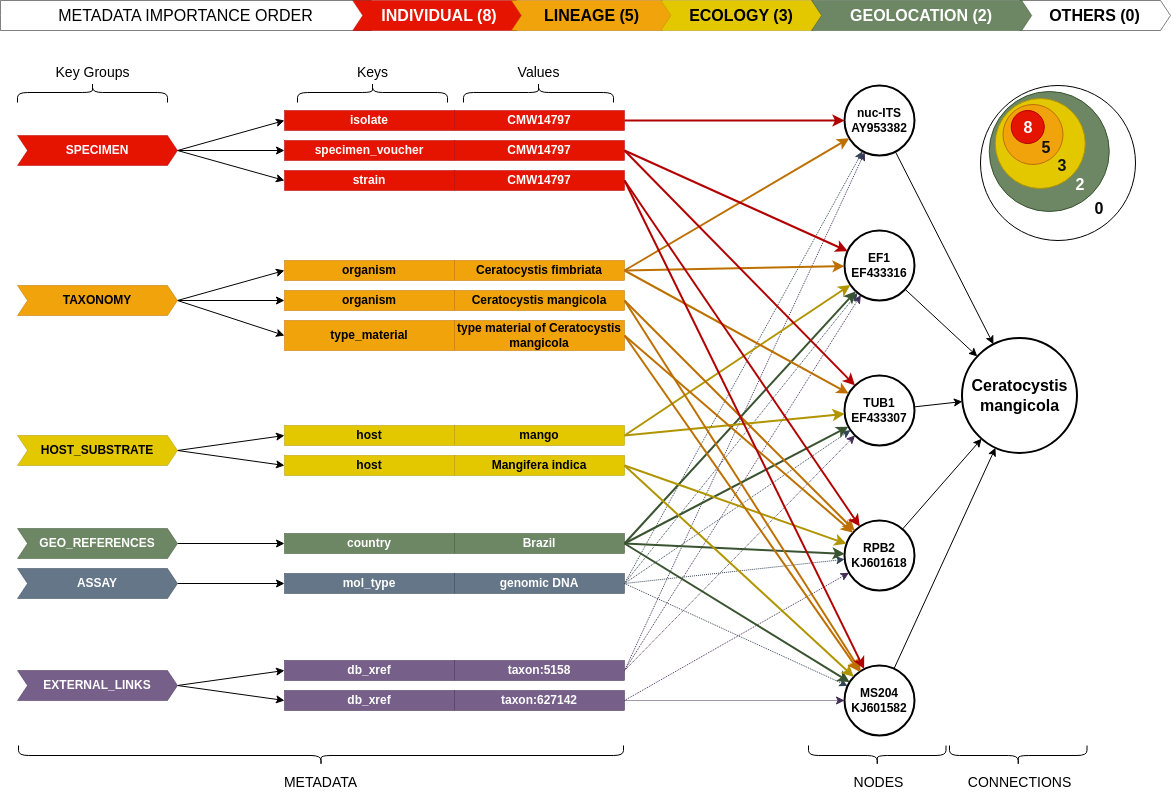
This is docs/drawio/connection-information-diagram-Cermangicola-color.png from LepistaBioinformatics/gene-connector-cli, a draw.io export, as it was before one commit. Source tidied: cells renumbered, new cells last; positions are measured from the earlier drawing's top-left corner, leaving out a move shared by most shapes.
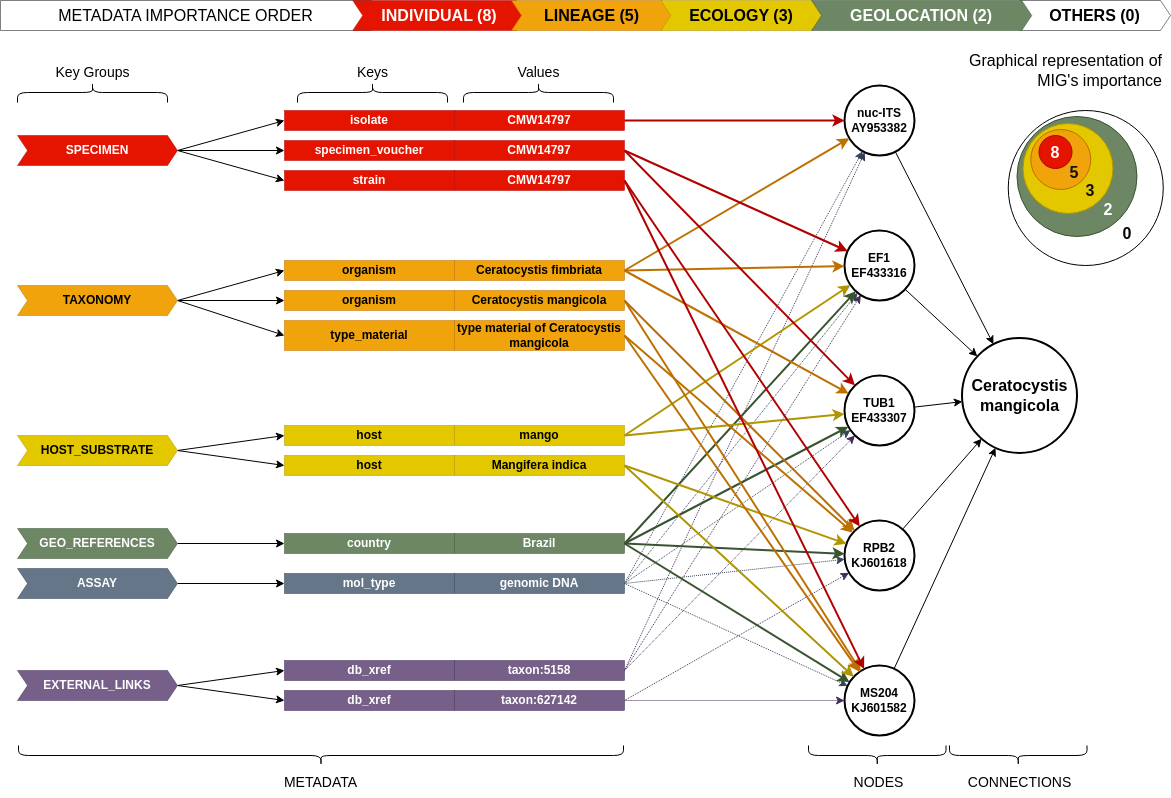
Later version of the same file.

Commit message:
docs: upgrade gcon flow figure to include information importante and gene counts table into the gcon-input-gophy file

Diff of the diagram source:
```diff
@@ -308,35 +308,41 @@
     <mxCell id="103" value="&lt;font style=&quot;font-size: 16px;&quot;&gt;GEOLOCATION (2)&lt;/font&gt;" style="shape=step;perimeter=stepPerimeter;whiteSpace=wrap;html=1;fixedSize=1;size=10;strokeWidth=0.5;fillStyle=solid;fillColor=#6d8764;fontColor=#ffffff;fontStyle=1;strokeColor=#3A5431;" parent="97" vertex="1">
       <mxGeometry x="811.1" width="220.2" height="30" as="geometry" />
     </mxCell>
+    <mxCell id="114" value="Graphical representation of MIG's importance" style="text;html=1;align=right;verticalAlign=middle;whiteSpace=wrap;rounded=0;fontSize=16;" parent="1" vertex="1">
+      <mxGeometry x="940" y="55" width="223.5" height="30" as="geometry" />
+    </mxCell>
+    <mxCell id="115" style="group;" parent="1" vertex="1">
+      <mxGeometry x="1007.8" y="110" width="155" height="155" as="geometry" />
+    </mxCell>
-    <mxCell id="104" style="ellipse;whiteSpace=wrap;html=1;fillColor=#FFFFFF;" parent="1" vertex="1">
-      <mxGeometry x="980" y="85" width="155" height="155" as="geometry" />
+    <mxCell id="104" style="ellipse;whiteSpace=wrap;html=1;fillColor=#FFFFFF;" parent="115" vertex="1">
+      <mxGeometry width="155" height="155" as="geometry" />
     </mxCell>
-    <mxCell id="105" style="ellipse;whiteSpace=wrap;html=1;fillColor=#6d8764;fontColor=#ffffff;strokeColor=#3A5431;" parent="1" vertex="1">
-      <mxGeometry x="988.8" y="91" width="120" height="120" as="geometry" />
+    <mxCell id="105" style="ellipse;whiteSpace=wrap;html=1;fillColor=#6d8764;fontColor=#ffffff;strokeColor=#3A5431;" parent="115" vertex="1">
+      <mxGeometry x="8.8" y="6" width="120" height="120" as="geometry" />
     </mxCell>
-    <mxCell id="106" style="ellipse;whiteSpace=wrap;html=1;fillColor=#e3c800;fontColor=#000000;strokeColor=#B09500;" parent="1" vertex="1">
-      <mxGeometry x="994.8" y="98" width="90" height="90" as="geometry" />
+    <mxCell id="106" style="ellipse;whiteSpace=wrap;html=1;fillColor=#e3c800;fontColor=#000000;strokeColor=#B09500;" parent="115" vertex="1">
+      <mxGeometry x="14.8" y="13" width="90" height="90" as="geometry" />
     </mxCell>
-    <mxCell id="107" style="ellipse;whiteSpace=wrap;html=1;fillColor=#f0a30a;fontColor=#000000;strokeColor=#BD7000;" parent="1" vertex="1">
-      <mxGeometry x="1002.5" y="104" width="60" height="60" as="geometry" />
+    <mxCell id="107" style="ellipse;whiteSpace=wrap;html=1;fillColor=#f0a30a;fontColor=#000000;strokeColor=#BD7000;" parent="115" vertex="1">
+      <mxGeometry x="22.5" y="19" width="60" height="60" as="geometry" />
     </mxCell>
-    <mxCell id="108" style="ellipse;whiteSpace=wrap;html=1;fillColor=#e51400;fontColor=#ffffff;strokeColor=#B20000;" parent="1" vertex="1">
-      <mxGeometry x="1010.8" y="110" width="33" height="33" as="geometry" />
+    <mxCell id="108" style="ellipse;whiteSpace=wrap;html=1;fillColor=#e51400;fontColor=#ffffff;strokeColor=#B20000;" parent="115" vertex="1">
+      <mxGeometry x="30.8" y="25" width="33" height="33" as="geometry" />
     </mxCell>
-    <mxCell id="109" value="&lt;b&gt;&lt;font style=&quot;font-size: 16px;&quot;&gt;8&lt;/font&gt;&lt;/b&gt;" style="text;html=1;strokeColor=none;fillColor=none;align=center;verticalAlign=middle;whiteSpace=wrap;rounded=0;fontColor=#FFFFFF;" parent="1" vertex="1">
-      <mxGeometry x="1015.5" y="111.5" width="23.5" height="30" as="geometry" />
+    <mxCell id="109" value="&lt;b&gt;&lt;font style=&quot;font-size: 16px;&quot;&gt;8&lt;/font&gt;&lt;/b&gt;" style="text;html=1;strokeColor=none;fillColor=none;align=center;verticalAlign=middle;whiteSpace=wrap;rounded=0;fontColor=#FFFFFF;" parent="115" vertex="1">
+      <mxGeometry x="35.5" y="26.5" width="23.5" height="30" as="geometry" />
     </mxCell>
-    <mxCell id="110" value="&lt;b&gt;&lt;font color=&quot;#121212&quot; style=&quot;font-size: 16px;&quot;&gt;5&lt;/font&gt;&lt;/b&gt;" style="text;html=1;strokeColor=none;fillColor=none;align=center;verticalAlign=middle;whiteSpace=wrap;rounded=0;" parent="1" vertex="1">
-      <mxGeometry x="1034" y="132" width="23.5" height="30" as="geometry" />
+    <mxCell id="110" value="&lt;b&gt;&lt;font color=&quot;#121212&quot; style=&quot;font-size: 16px;&quot;&gt;5&lt;/font&gt;&lt;/b&gt;" style="text;html=1;strokeColor=none;fillColor=none;align=center;verticalAlign=middle;whiteSpace=wrap;rounded=0;" parent="115" vertex="1">
+      <mxGeometry x="54" y="47" width="23.5" height="30" as="geometry" />
     </mxCell>
-    <mxCell id="111" value="&lt;b&gt;&lt;font color=&quot;#121212&quot; style=&quot;font-size: 16px;&quot;&gt;3&lt;/font&gt;&lt;/b&gt;" style="text;html=1;strokeColor=none;fillColor=none;align=center;verticalAlign=middle;whiteSpace=wrap;rounded=0;" parent="1" vertex="1">
-      <mxGeometry x="1049.8" y="150" width="23.5" height="30" as="geometry" />
+    <mxCell id="111" value="&lt;b&gt;&lt;font color=&quot;#121212&quot; style=&quot;font-size: 16px;&quot;&gt;3&lt;/font&gt;&lt;/b&gt;" style="text;html=1;strokeColor=none;fillColor=none;align=center;verticalAlign=middle;whiteSpace=wrap;rounded=0;" parent="115" vertex="1">
+      <mxGeometry x="69.8" y="65" width="23.5" height="30" as="geometry" />
     </mxCell>
-    <mxCell id="112" value="&lt;b&gt;&lt;font style=&quot;font-size: 16px;&quot;&gt;2&lt;/font&gt;&lt;/b&gt;" style="text;html=1;strokeColor=none;fillColor=none;align=center;verticalAlign=middle;whiteSpace=wrap;rounded=0;fontColor=#FFFFFF;" parent="1" vertex="1">
-      <mxGeometry x="1068.2" y="169" width="23.5" height="30" as="geometry" />
+    <mxCell id="112" value="&lt;b&gt;&lt;font style=&quot;font-size: 16px;&quot;&gt;2&lt;/font&gt;&lt;/b&gt;" style="text;html=1;strokeColor=none;fillColor=none;align=center;verticalAlign=middle;whiteSpace=wrap;rounded=0;fontColor=#FFFFFF;" parent="115" vertex="1">
+      <mxGeometry x="88.2" y="84" width="23.5" height="30" as="geometry" />
     </mxCell>
-    <mxCell id="113" value="&lt;b&gt;&lt;font style=&quot;font-size: 16px;&quot;&gt;0&lt;/font&gt;&lt;/b&gt;" style="text;html=1;strokeColor=none;fillColor=none;align=center;verticalAlign=middle;whiteSpace=wrap;rounded=0;fontColor=#050505;" parent="1" vertex="1">
-      <mxGeometry x="1087" y="193" width="23.5" height="30" as="geometry" />
+    <mxCell id="113" value="&lt;b&gt;&lt;font style=&quot;font-size: 16px;&quot;&gt;0&lt;/font&gt;&lt;/b&gt;" style="text;html=1;strokeColor=none;fillColor=none;align=center;verticalAlign=middle;whiteSpace=wrap;rounded=0;fontColor=#050505;" parent="115" vertex="1">
+      <mxGeometry x="107" y="108" width="23.5" height="30" as="geometry" />
     </mxCell>
   </root>
 </mxGraphModel>
```
